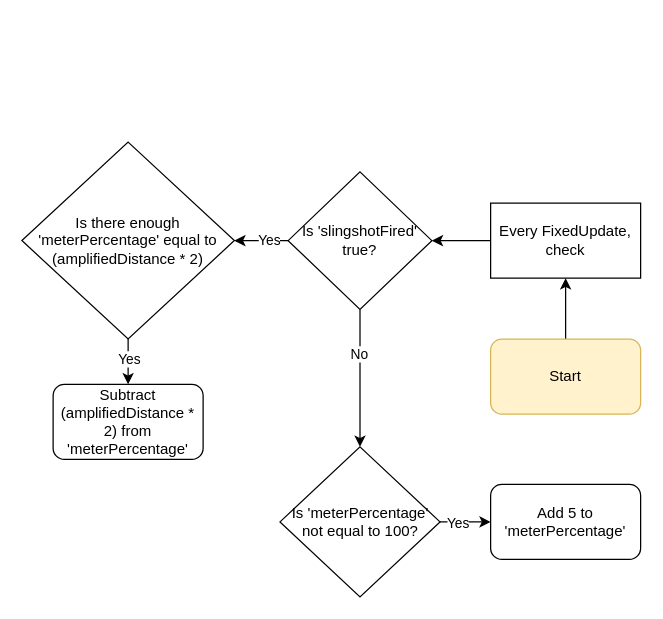
This is AM2L_EnergyGUI_Pseudocode.drawio from DanSohler/Game-Prototyping_Fundamental, a draw.io file, before an edit. Source tidied: cells renumbered, new cells numbered last; positions are measured from the earlier drawing's top-left corner, leaving out a move shared by most shapes. Both pictures are drawn from the tidied source at 125%, with x=0, y=0 at pixel (21, 141).
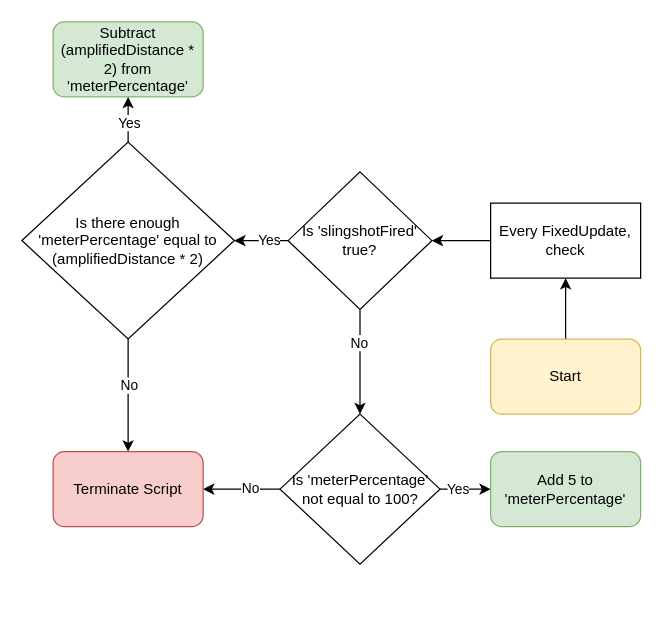
Above is the later version.

The change refers to these unchanged cells:
```xml
<mxCell id="18" value="Is there enough 'meterPercentage' equal to (amplifiedDistance * 2)" style="rhombus;whiteSpace=wrap;html=1;" parent="1" vertex="1">
  <mxGeometry y="0.2" width="170" height="157.5" as="geometry" />
</mxCell>
```

What changed in the source:
```diff
@@
+    <mxCell id="19" style="edgeStyle=orthogonalEdgeStyle;rounded=0;jettySize=auto;html=1;" parent="1" edge="1" source="8" target="23">
+      <mxGeometry relative="1" as="geometry">
+        <Array as="points">
+          <mxPoint x="185" y="277.8" />
+          <mxPoint x="185" y="277.8" />
+        </Array>
+      </mxGeometry>
+    </mxCell>
+    <mxCell id="20" value="No" style="edgeLabel;html=1;align=center;verticalAlign=middle;" parent="19" vertex="1">
+      <mxGeometry x="-0.22" y="-1" relative="1" as="geometry" />
+    </mxCell>
     <mxCell id="8" value="Is 'meterPercentage' not equal to 100?" style="rhombus;whiteSpace=wrap;html=1;" parent="1" vertex="1">
-      <mxGeometry x="206.5" y="244" width="128" height="120" as="geometry" />
+      <mxGeometry x="206.5" y="217.8" width="128" height="120" as="geometry" />
     </mxCell>
-    <mxCell id="9" value="Add 5 to 'meterPercentage'" style="rounded=1;whiteSpace=wrap;html=1;" parent="1" vertex="1">
-      <mxGeometry x="375" y="274" width="120" height="60" as="geometry" />
+    <mxCell id="9" value="Add 5 to 'meterPercentage'" style="rounded=1;whiteSpace=wrap;html=1;fillColor=#d5e8d4;strokeColor=#82b366;" parent="1" vertex="1">
+      <mxGeometry x="375" y="247.8" width="120" height="60" as="geometry" />
     </mxCell>
@@
-    <mxCell id="15" value="Subtract (amplifiedDistance * 2) from 'meterPercentage'" style="rounded=1;whiteSpace=wrap;html=1;" parent="1" vertex="1">
-      <mxGeometry x="25" y="194" width="120" height="60" as="geometry" />
+    <mxCell id="15" value="Subtract (amplifiedDistance * 2) from 'meterPercentage'" style="rounded=1;whiteSpace=wrap;html=1;fillColor=#d5e8d4;strokeColor=#82b366;" parent="1" vertex="1">
+      <mxGeometry x="25" y="-96" width="120" height="60" as="geometry" />
     </mxCell>
@@
+    <mxCell id="21" style="edgeStyle=orthogonalEdgeStyle;rounded=0;jettySize=auto;html=1;" parent="1" edge="1" source="18" target="23">
+      <mxGeometry relative="1" as="geometry" />
+    </mxCell>
+    <mxCell id="22" value="No" style="edgeLabel;html=1;align=center;verticalAlign=middle;" parent="21" vertex="1">
+      <mxGeometry x="-0.17" relative="1" as="geometry" />
+    </mxCell>
@@
+    <mxCell id="23" value="Terminate Script" style="rounded=1;whiteSpace=wrap;html=1;fillColor=#f8cecc;strokeColor=#b85450;" parent="1" vertex="1">
+      <mxGeometry x="25" y="247.8" width="120" height="60" as="geometry" />
+    </mxCell>
```
